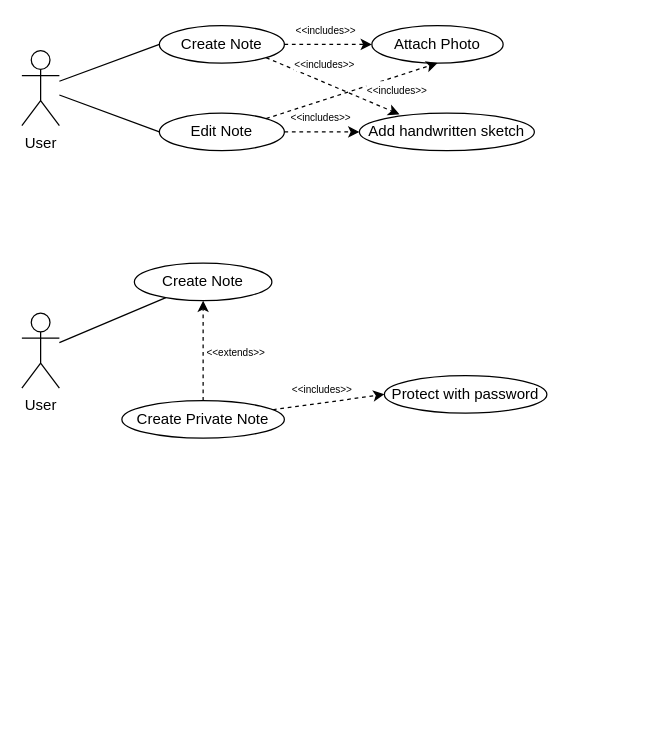
Above: general/Use Case Diagram.drawio in SenthilKrishnan/Design (draw.io), before the change. Source tidied: cells renumbered, new cells numbered last; positions are measured from the earlier drawing's top-left corner, leaving out a move shared by most shapes. Both pictures are drawn from the tidied source at 125%, with x=0, y=0 at pixel (21, 25).
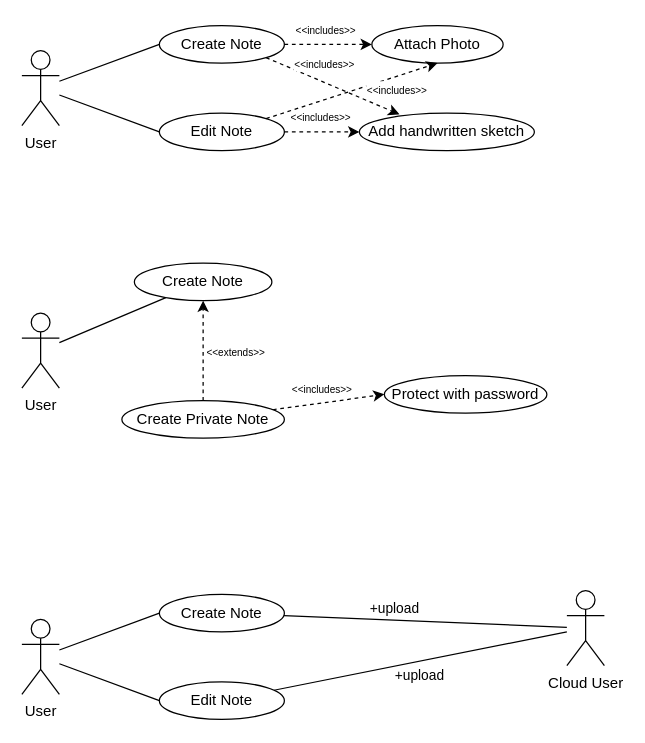
The same page after the edit.

Diff of the diagram source:
```diff
@@
+    <mxCell id="26" style="edgeStyle=none;rounded=0;jettySize=auto;html=1;entryX=0;entryY=0.5;entryDx=0;entryDy=0;endArrow=none;endFill=0;" parent="1" edge="1" source="28" target="31">
+      <mxGeometry relative="1" as="geometry" />
+    </mxCell>
+    <mxCell id="27" style="edgeStyle=none;rounded=0;jettySize=auto;html=1;entryX=0;entryY=0.5;entryDx=0;entryDy=0;endArrow=none;endFill=0;" parent="1" edge="1" source="28" target="34">
+      <mxGeometry relative="1" as="geometry" />
+    </mxCell>
+    <mxCell id="28" value="User" style="shape=umlActor;verticalLabelPosition=bottom;verticalAlign=top;html=1;" parent="1" vertex="1">
+      <mxGeometry y="475" width="30" height="60" as="geometry" />
+    </mxCell>
+    <mxCell id="29" style="edgeStyle=none;rounded=0;jettySize=auto;html=1;startArrow=none;startFill=0;endArrow=none;endFill=0;" parent="1" edge="1" source="31" target="35">
+      <mxGeometry relative="1" as="geometry" />
+    </mxCell>
+    <mxCell id="30" value="+upload" style="edgeLabel;html=1;align=center;verticalAlign=middle;" parent="29" vertex="1">
+      <mxGeometry x="-0.26" y="-2" relative="1" as="geometry">
+        <mxPoint x="3.6" y="-11.5" as="offset" />
+      </mxGeometry>
+    </mxCell>
+    <mxCell id="31" value="Create Note" style="ellipse;whiteSpace=wrap;html=1;" parent="1" vertex="1">
+      <mxGeometry x="110" y="455" width="100" height="30" as="geometry" />
+    </mxCell>
+    <mxCell id="32" style="edgeStyle=none;rounded=0;jettySize=auto;html=1;startArrow=none;startFill=0;endArrow=none;endFill=0;" parent="1" edge="1" source="34" target="35">
+      <mxGeometry relative="1" as="geometry" />
+    </mxCell>
+    <mxCell id="33" value="+upload" style="edgeLabel;html=1;align=center;verticalAlign=middle;" parent="32" vertex="1">
+      <mxGeometry x="0.1" y="-1" relative="1" as="geometry">
+        <mxPoint x="-13.3" y="12.1" as="offset" />
+      </mxGeometry>
+    </mxCell>
+    <mxCell id="34" value="Edit Note" style="ellipse;whiteSpace=wrap;html=1;" parent="1" vertex="1">
+      <mxGeometry x="110" y="525" width="100" height="30" as="geometry" />
+    </mxCell>
+    <mxCell id="35" value="Cloud User" style="shape=umlActor;verticalLabelPosition=bottom;verticalAlign=top;html=1;" parent="1" vertex="1">
+      <mxGeometry x="436" y="452" width="30" height="60" as="geometry" />
+    </mxCell>
```
